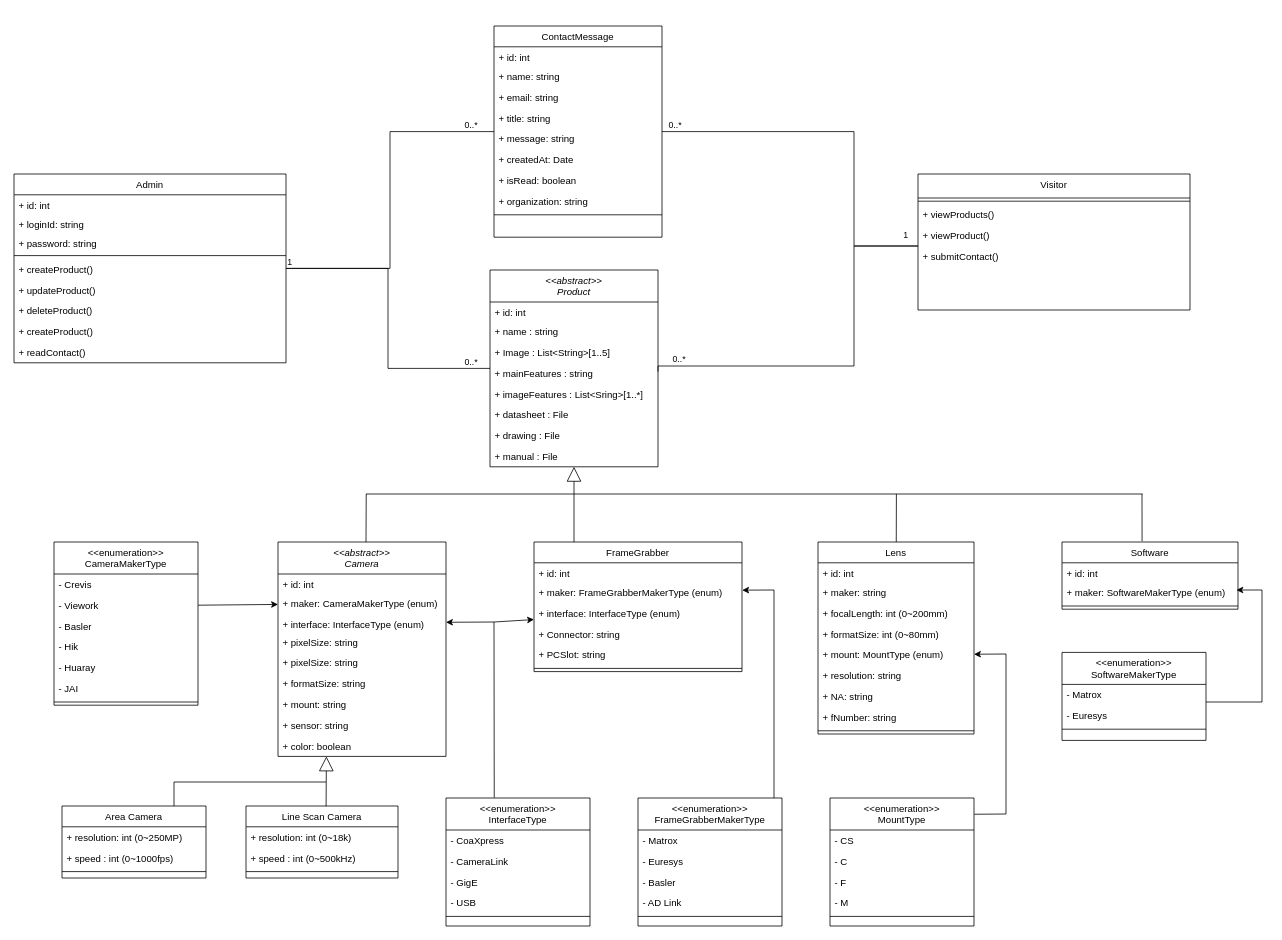
hyeonjun-L/humming-vision keeps this draw.io diagram as class-diagram.drawio. Above is the earlier version. Source tidied: cells renumbered, new cells numbered last; positions are measured from the earlier drawing's top-left corner, leaving out a move shared by most shapes. Both pictures are drawn from the tidied source at 80%, with x=0, y=0 at pixel (14, 26).
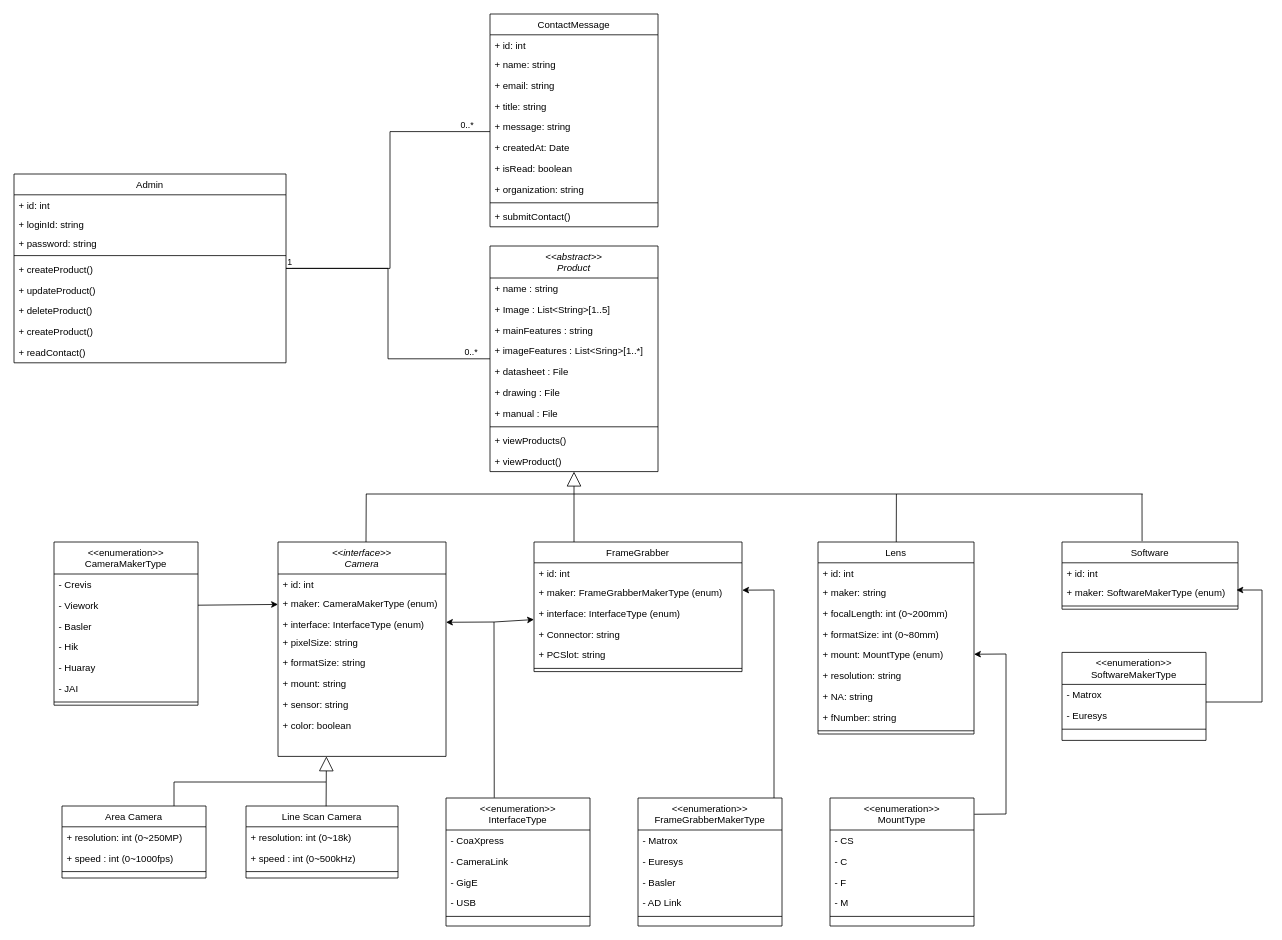
Above is the later version.

Unchanged cells that the change refers to:
```xml
<mxCell id="21" value="Admin" style="swimlane;fontStyle=0;align=center;verticalAlign=top;horizontal=1;startSize=26;rounded=0;shadow=0;strokeWidth=1;" parent="1" vertex="1">
  <mxGeometry y="185" width="340" height="236" as="geometry" />
</mxCell>
```

Diff of the diagram source:
```diff
@@
     <mxCell id="2" value="&lt;&lt;abstract&gt;&gt;&#10;Product" style="swimlane;fontStyle=2;align=center;verticalAlign=top;horizontal=1;startSize=40;rounded=0;shadow=0;strokeWidth=1;" parent="1" vertex="1">
-      <mxGeometry x="595" y="305" width="210" height="246" as="geometry" />
+      <mxGeometry x="595" y="275" width="210" height="282" as="geometry" />
     </mxCell>
-    <mxCell id="3" value="+ id: int  " style="text;align=left;verticalAlign=top;spacingLeft=4;spacingRight=4;overflow=hidden;" parent="2" vertex="1">
-      <mxGeometry y="40" width="210" height="24" as="geometry" />
-    </mxCell>
     <mxCell id="4" value="+ name : string" style="text;align=left;verticalAlign=top;spacingLeft=4;spacingRight=4;overflow=hidden;" parent="2" vertex="1">
-      <mxGeometry y="64" width="210" height="26" as="geometry" />
+      <mxGeometry y="40" width="210" height="26" as="geometry" />
     </mxCell>
     <mxCell id="5" value="+ Image : List&lt;String&gt;[1..5]" style="text;align=left;verticalAlign=top;spacingLeft=4;spacingRight=4;overflow=hidden;rounded=0;shadow=0;html=0;" parent="2" vertex="1">
-      <mxGeometry y="90" width="210" height="26" as="geometry" />
+      <mxGeometry y="66" width="210" height="26" as="geometry" />
     </mxCell>
     <mxCell id="6" value="+ mainFeatures : string" style="text;align=left;verticalAlign=top;spacingLeft=4;spacingRight=4;overflow=hidden;rounded=0;shadow=0;html=0;" parent="2" vertex="1">
-      <mxGeometry y="116" width="210" height="26" as="geometry" />
+      <mxGeometry y="92" width="210" height="26" as="geometry" />
     </mxCell>
     <mxCell id="7" value="+ imageFeatures : List&lt;Sring&gt;[1..*]" style="text;align=left;verticalAlign=top;spacingLeft=4;spacingRight=4;overflow=hidden;rounded=0;shadow=0;html=0;" parent="2" vertex="1">
-      <mxGeometry y="142" width="210" height="26" as="geometry" />
+      <mxGeometry y="118" width="210" height="26" as="geometry" />
     </mxCell>
     <mxCell id="8" value="+ datasheet : File" style="text;align=left;verticalAlign=top;spacingLeft=4;spacingRight=4;overflow=hidden;rounded=0;shadow=0;html=0;" parent="2" vertex="1">
-      <mxGeometry y="168" width="210" height="26" as="geometry" />
+      <mxGeometry y="144" width="210" height="26" as="geometry" />
     </mxCell>
     <mxCell id="9" value="+ drawing : File" style="text;align=left;verticalAlign=top;spacingLeft=4;spacingRight=4;overflow=hidden;rounded=0;shadow=0;html=0;" parent="2" vertex="1">
-      <mxGeometry y="194" width="210" height="26" as="geometry" />
+      <mxGeometry y="170" width="210" height="26" as="geometry" />
     </mxCell>
     <mxCell id="10" value="+ manual : File" style="text;align=left;verticalAlign=top;spacingLeft=4;spacingRight=4;overflow=hidden;rounded=0;shadow=0;html=0;" parent="2" vertex="1">
-      <mxGeometry y="220" width="210" height="26" as="geometry" />
+      <mxGeometry y="196" width="210" height="26" as="geometry" />
     </mxCell>
+    <mxCell id="130" style="line;html=1;strokeWidth=1;align=left;verticalAlign=middle;spacingTop=-1;spacingLeft=3;spacingRight=3;labelPosition=right;" parent="2" vertex="1">
+      <mxGeometry y="222" width="210" height="8" as="geometry" />
+    </mxCell>
+    <mxCell id="33" value="+ viewProducts()" style="text;align=left;verticalAlign=top;spacingLeft=4;spacingRight=4;overflow=hidden;fontColor=default;" parent="2" vertex="1">
+      <mxGeometry y="230" width="210" height="26" as="geometry" />
+    </mxCell>
+    <mxCell id="34" value="+ viewProduct()" style="text;align=left;verticalAlign=top;spacingLeft=4;spacingRight=4;overflow=hidden;fontColor=default;" parent="2" vertex="1">
+      <mxGeometry y="256" width="210" height="26" as="geometry" />
+    </mxCell>
@@
-    <mxCell id="31" value="Visitor" style="swimlane;fontStyle=0;align=center;verticalAlign=top;horizontal=1;startSize=30;rounded=0;shadow=0;strokeWidth=1;" parent="1" vertex="1">
-      <mxGeometry x="1130" y="185" width="340" height="170" as="geometry" />
-    </mxCell>
-    <mxCell id="32" style="line;html=1;strokeWidth=1;align=left;verticalAlign=middle;spacingTop=-1;spacingLeft=3;spacingRight=3;labelPosition=right;" parent="31" vertex="1">
-      <mxGeometry y="30" width="340" height="8" as="geometry" />
-    </mxCell>
-    <mxCell id="33" value="+ viewProducts()" style="text;align=left;verticalAlign=top;spacingLeft=4;spacingRight=4;overflow=hidden;fontColor=default;" parent="31" vertex="1">
-      <mxGeometry y="38" width="340" height="26" as="geometry" />
-    </mxCell>
-    <mxCell id="34" value="+ viewProduct()" style="text;align=left;verticalAlign=top;spacingLeft=4;spacingRight=4;overflow=hidden;fontColor=default;" parent="31" vertex="1">
-      <mxGeometry y="64" width="340" height="26" as="geometry" />
-    </mxCell>
-    <mxCell id="35" value="+ submitContact()&#10;" style="text;align=left;verticalAlign=top;spacingLeft=4;spacingRight=4;overflow=hidden;fontColor=default;" parent="31" vertex="1">
-      <mxGeometry y="90" width="340" height="26" as="geometry" />
-    </mxCell>
-    <mxCell id="36" value="&lt;&lt;abstract&gt;&gt;&#10;Camera" style="swimlane;fontStyle=2;align=center;verticalAlign=top;horizontal=1;startSize=40;rounded=0;shadow=0;strokeWidth=1;" parent="1" vertex="1">
+    <mxCell id="36" value="&lt;&lt;interface&gt;&gt;&#10;Camera" style="swimlane;fontStyle=2;align=center;verticalAlign=top;horizontal=1;startSize=40;rounded=0;shadow=0;strokeWidth=1;" parent="1" vertex="1">
       <mxGeometry x="330" y="645" width="210" height="268" as="geometry" />
     </mxCell>
@@
-    <mxCell id="40" value="+ pixelSize: string  &#10;" style="text;align=left;verticalAlign=top;spacingLeft=4;spacingRight=4;overflow=hidden;" parent="36" vertex="1">
-      <mxGeometry y="112" width="210" height="26" as="geometry" />
-    </mxCell>
     <mxCell id="41" value="+ pixelSize: string  &#10;" style="text;align=left;verticalAlign=top;spacingLeft=4;spacingRight=4;overflow=hidden;" parent="36" vertex="1">
-      <mxGeometry y="138" width="210" height="26" as="geometry" />
+      <mxGeometry y="112" width="210" height="26" as="geometry" />
     </mxCell>
     <mxCell id="42" value="+ formatSize: string  &#10;" style="text;align=left;verticalAlign=top;spacingLeft=4;spacingRight=4;overflow=hidden;rounded=0;shadow=0;html=0;" parent="36" vertex="1">
-      <mxGeometry y="164" width="210" height="26" as="geometry" />
+      <mxGeometry y="138" width="210" height="26" as="geometry" />
     </mxCell>
     <mxCell id="43" value="+ mount: string  &#10;" style="text;align=left;verticalAlign=top;spacingLeft=4;spacingRight=4;overflow=hidden;rounded=0;shadow=0;html=0;" parent="36" vertex="1">
-      <mxGeometry y="190" width="210" height="26" as="geometry" />
+      <mxGeometry y="164" width="210" height="26" as="geometry" />
     </mxCell>
     <mxCell id="44" value="+ sensor: string  &#10;" style="text;align=left;verticalAlign=top;spacingLeft=4;spacingRight=4;overflow=hidden;rounded=0;shadow=0;html=0;" parent="36" vertex="1">
-      <mxGeometry y="216" width="210" height="26" as="geometry" />
+      <mxGeometry y="190" width="210" height="26" as="geometry" />
     </mxCell>
     <mxCell id="45" value="+ color: boolean" style="text;align=left;verticalAlign=top;spacingLeft=4;spacingRight=4;overflow=hidden;rounded=0;shadow=0;html=0;" parent="36" vertex="1">
-      <mxGeometry y="242" width="210" height="26" as="geometry" />
+      <mxGeometry y="216" width="210" height="26" as="geometry" />
     </mxCell>
@@
     <mxCell id="95" value="ContactMessage" style="swimlane;fontStyle=0;align=center;verticalAlign=top;horizontal=1;startSize=26;rounded=0;shadow=0;strokeWidth=1;" parent="1" vertex="1">
-      <mxGeometry x="600" width="210" height="264" as="geometry" />
+      <mxGeometry x="595" y="-15" width="210" height="266" as="geometry" />
     </mxCell>
@@
+    <mxCell id="35" value="+ submitContact()&#10;" style="text;align=left;verticalAlign=top;spacingLeft=4;spacingRight=4;overflow=hidden;fontColor=default;" parent="95" vertex="1">
+      <mxGeometry y="240" width="210" height="26" as="geometry" />
+    </mxCell>
@@
-    <mxCell id="122" style="endArrow=none;html=1;edgeStyle=orthogonalEdgeStyle;rounded=0;entryX=1;entryY=0.5;entryDx=0;entryDy=0;" parent="1" edge="1" source="31">
-      <mxGeometry relative="1" as="geometry">
-        <mxPoint x="805" y="432" as="targetPoint" />
-        <Array as="points">
-          <mxPoint x="1050" y="275" />
-          <mxPoint x="1050" y="425" />
-          <mxPoint x="805" y="425" />
-        </Array>
-      </mxGeometry>
-    </mxCell>
-    <mxCell id="123" value="1" style="edgeLabel;html=1;align=left;verticalAlign=bottom;" parent="122" vertex="1">
-      <mxGeometry x="-1" relative="1" as="geometry">
-        <mxPoint x="-20" y="-5" as="offset" />
-      </mxGeometry>
-    </mxCell>
-    <mxCell id="124" value="0..*" style="edgeLabel;html=1;align=right;verticalAlign=bottom;" parent="122" vertex="1">
-      <mxGeometry x="1" relative="1" as="geometry">
-        <mxPoint x="35" y="-7" as="offset" />
-      </mxGeometry>
-    </mxCell>
     <mxCell id="125" style="endArrow=none;html=1;edgeStyle=orthogonalEdgeStyle;rounded=0;" parent="1" edge="1" source="21" target="95">
-      <mxGeometry relative="1" as="geometry" />
+      <mxGeometry relative="1" as="geometry">
+        <Array as="points">
+          <mxPoint x="470" y="303" />
+          <mxPoint x="470" y="132" />
+        </Array>
+      </mxGeometry>
     </mxCell>
@@
-    <mxCell id="128" style="endArrow=none;html=1;edgeStyle=orthogonalEdgeStyle;rounded=0;" parent="1" edge="1" source="31" target="95">
-      <mxGeometry relative="1" as="geometry">
-        <Array as="points">
-          <mxPoint x="1050" y="275" />
-          <mxPoint x="1050" y="132" />
-        </Array>
-      </mxGeometry>
-    </mxCell>
-    <mxCell id="129" value="0..*" style="edgeLabel;html=1;align=right;verticalAlign=bottom;" parent="128" vertex="1">
-      <mxGeometry x="1" relative="1" as="geometry">
-        <mxPoint x="25" as="offset" />
-      </mxGeometry>
-    </mxCell>
```
